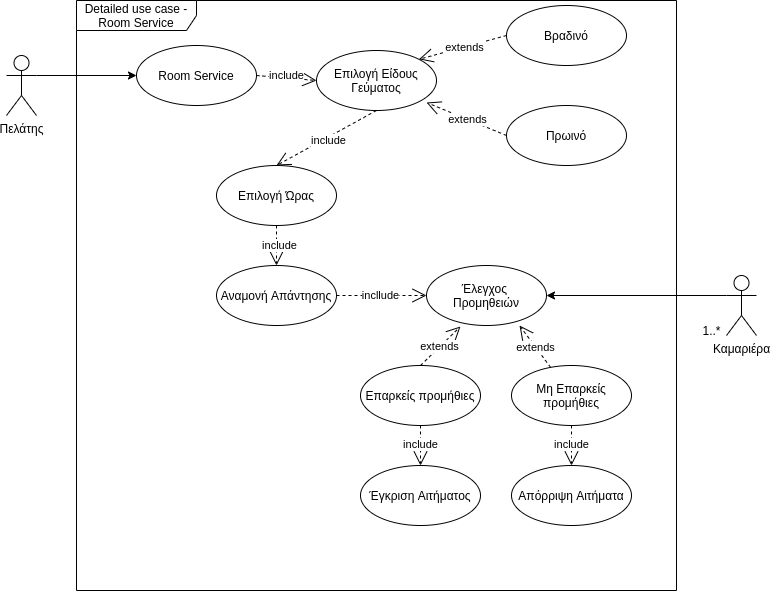
Before: Κυρίως Αναφορά/Images/Low_level_use_case-Room service.png, a diagram exported from draw.io (AlexanderStavrop/Requirement-Analysis-and-Systems-Design-using-UML). Source tidied: cells renumbered, new cells last; positions are measured from the earlier drawing's top-left corner, leaving out a move shared by most shapes. Its diagram source:
```xml
<mxGraphModel>
  <root>
    <mxCell id="0" />
    <mxCell id="1" parent="0" />
    <mxCell id="2" value="extends" style="endArrow=open;endSize=12;dashed=1;html=1;rounded=0;entryX=0.775;entryY=1;entryDx=0;entryDy=0;entryPerimeter=0;" parent="1" edge="1" source="24" target="23">
      <mxGeometry x="-0.03" relative="1" as="geometry" />
    </mxCell>
    <mxCell id="3" value="Πελάτης" style="shape=umlActor;verticalLabelPosition=bottom;verticalAlign=top;html=1;outlineConnect=0;" parent="1" vertex="1">
      <mxGeometry y="55" width="30" height="60" as="geometry" />
    </mxCell>
    <mxCell id="4" style="endArrow=classic;html=1;rounded=0;exitX=1;exitY=0.3333333333333333;exitDx=0;exitDy=0;exitPerimeter=0;entryX=0;entryY=0.5;entryDx=0;entryDy=0;" parent="1" edge="1" source="3" target="6">
      <mxGeometry relative="1" as="geometry" />
    </mxCell>
    <mxCell id="5" value="Detailed use case - Room Service" style="shape=umlFrame;whiteSpace=wrap;html=1;width=120;height=30;" parent="1" vertex="1">
      <mxGeometry x="70" width="600" height="590" as="geometry" />
    </mxCell>
    <mxCell id="6" value="Room Service" style="ellipse;whiteSpace=wrap;html=1;" parent="1" vertex="1">
      <mxGeometry x="130" y="45" width="120" height="60" as="geometry" />
    </mxCell>
    <mxCell id="7" value="extends" style="endArrow=open;endSize=12;dashed=1;html=1;rounded=0;exitX=0;exitY=0.5;exitDx=0;exitDy=0;entryX=0.917;entryY=0.867;entryDx=0;entryDy=0;entryPerimeter=0;" parent="1" edge="1" source="9" target="10">
      <mxGeometry x="-0.03" relative="1" as="geometry" />
    </mxCell>
    <mxCell id="8" value="include" style="endArrow=open;endSize=12;dashed=1;html=1;rounded=0;exitX=1;exitY=0.5;exitDx=0;exitDy=0;entryX=0;entryY=0.5;entryDx=0;entryDy=0;" parent="1" edge="1" source="6" target="10">
      <mxGeometry x="-0.02" y="3" relative="1" as="geometry" />
    </mxCell>
    <mxCell id="9" value="Πρωινό" style="ellipse;whiteSpace=wrap;html=1;" parent="1" vertex="1">
      <mxGeometry x="500" y="105" width="120" height="60" as="geometry" />
    </mxCell>
    <mxCell id="10" value="Επιλογή Είδους&lt;br&gt;Γεύματος" style="ellipse;whiteSpace=wrap;html=1;" parent="1" vertex="1">
      <mxGeometry x="310" y="50" width="120" height="60" as="geometry" />
    </mxCell>
    <mxCell id="11" value="extends" style="endArrow=open;endSize=12;dashed=1;html=1;rounded=0;exitX=0;exitY=0.5;exitDx=0;exitDy=0;entryX=1;entryY=0;entryDx=0;entryDy=0;" parent="1" edge="1" source="12" target="10">
      <mxGeometry x="-0.03" relative="1" as="geometry" />
    </mxCell>
    <mxCell id="12" value="Βραδινό" style="ellipse;whiteSpace=wrap;html=1;" parent="1" vertex="1">
      <mxGeometry x="500" y="5" width="120" height="60" as="geometry" />
    </mxCell>
    <mxCell id="13" value="include" style="endArrow=open;endSize=12;dashed=1;html=1;rounded=0;exitX=0.5;exitY=1;exitDx=0;exitDy=0;entryX=0.5;entryY=0;entryDx=0;entryDy=0;" parent="1" edge="1" source="10" target="14">
      <mxGeometry x="-0.02" y="3" relative="1" as="geometry" />
    </mxCell>
    <mxCell id="14" value="Επιλογή Ώρας" style="ellipse;whiteSpace=wrap;html=1;" parent="1" vertex="1">
      <mxGeometry x="210" y="165" width="120" height="60" as="geometry" />
    </mxCell>
    <mxCell id="15" value="Αναμονή Απάντησης" style="ellipse;whiteSpace=wrap;html=1;" parent="1" vertex="1">
      <mxGeometry x="210" y="265" width="120" height="60" as="geometry" />
    </mxCell>
    <mxCell id="16" value="include" style="endArrow=open;endSize=12;dashed=1;html=1;rounded=0;exitX=0.5;exitY=1;exitDx=0;exitDy=0;entryX=0.5;entryY=0;entryDx=0;entryDy=0;" parent="1" edge="1" source="14" target="15">
      <mxGeometry x="-0.02" y="3" relative="1" as="geometry" />
    </mxCell>
    <mxCell id="17" value="include" style="endArrow=open;endSize=12;dashed=1;html=1;rounded=0;entryX=0.5;entryY=0;entryDx=0;entryDy=0;exitX=0.5;exitY=1;exitDx=0;exitDy=0;" parent="1" edge="1" source="24" target="18">
      <mxGeometry x="-0.03" relative="1" as="geometry" />
    </mxCell>
    <mxCell id="18" value="Απόρριψη Αιτήματα" style="ellipse;whiteSpace=wrap;html=1;" parent="1" vertex="1">
      <mxGeometry x="505" y="465" width="120" height="60" as="geometry" />
    </mxCell>
    <mxCell id="19" value="include" style="endArrow=open;endSize=12;dashed=1;html=1;rounded=0;exitX=0.5;exitY=1;exitDx=0;exitDy=0;entryX=0.5;entryY=0;entryDx=0;entryDy=0;" parent="1" edge="1" source="26" target="20">
      <mxGeometry x="-0.03" relative="1" as="geometry" />
    </mxCell>
    <mxCell id="20" value="Έγκριση Αιτήματος" style="ellipse;whiteSpace=wrap;html=1;" parent="1" vertex="1">
      <mxGeometry x="354" y="465" width="120" height="60" as="geometry" />
    </mxCell>
    <mxCell id="21" value="Καμαριέρα&lt;span style=&quot;color: rgba(0 , 0 , 0 , 0) ; font-family: monospace ; font-size: 0px&quot;&gt;%3CmxGraphModel%3E%3Croot%3E%3CmxCell%20id%3D%220%22%2F%3E%3CmxCell%20id%3D%221%22%20parent%3D%220%22%2F%3E%3CmxCell%20id%3D%222%22%20value%3D%22%CE%A0%CE%B5%CE%BB%CE%AC%CF%84%CE%B7%CF%82%22%20style%3D%22shape%3DumlActor%3BverticalLabelPosition%3Dbottom%3BverticalAlign%3Dtop%3Bhtml%3D1%3BoutlineConnect%3D0%3B%22%20vertex%3D%221%22%20parent%3D%221%22%3E%3CmxGeometry%20x%3D%22250%22%20y%3D%22100%22%20width%3D%2230%22%20height%3D%2260%22%20as%3D%22geometry%22%2F%3E%3C%2FmxCell%3E%3C%2Froot%3E%3C%2FmxGraphModel%3E&lt;br&gt;&lt;/span&gt;&lt;span style=&quot;color: rgba(0 , 0 , 0 , 0) ; font-family: monospace ; font-size: 0px&quot;&gt;%3CmxGraphModel%3E%3Croot%3E%3CmxCell%20id%3D%220%22%2F%3E%3CmxCell%20id%3D%221%22%20parent%3D%220%22%2F%3E%3CmxCell%20id%3D%222%22%20value%3D%22%CE%A0%CE%B5%CE%BB%CE%AC%CF%84%CE%B7%CF%82%22%20style%3D%22shape%3DumlActor%3BverticalLabelPosition%3Dbottom%3BverticalAlign%3Dtop%3Bhtml%3D1%3BoutlineConnect%3D0%3B%22%20vertex%3D%221%22%20parent%3D%221%22%3E%3CmxGeometry%20x%3D%22250%22%20y%3D%22100%22%20width%3D%2230%22%20height%3D%2260%22%20as%3D%22geometry%22%2F%3E%3C%2FmxCell%3E%3C%2Froot%3E%3C%2FmxGraphModel%3E&lt;/span&gt;" style="shape=umlActor;verticalLabelPosition=bottom;verticalAlign=top;html=1;outlineConnect=0;" parent="1" vertex="1">
      <mxGeometry x="720" y="275" width="30" height="60" as="geometry" />
    </mxCell>
    <mxCell id="22" style="endArrow=classic;html=1;rounded=0;exitX=0;exitY=0.3333333333333333;exitDx=0;exitDy=0;exitPerimeter=0;entryX=1;entryY=0.5;entryDx=0;entryDy=0;" parent="1" edge="1" source="21" target="23">
      <mxGeometry relative="1" as="geometry" />
    </mxCell>
    <mxCell id="23" value="Έλεγχος &lt;br&gt;Προμηθειών" style="ellipse;whiteSpace=wrap;html=1;" parent="1" vertex="1">
      <mxGeometry x="420" y="265" width="120" height="60" as="geometry" />
    </mxCell>
    <mxCell id="24" value="Μη Επαρκείς προμήθιες" style="ellipse;whiteSpace=wrap;html=1;" parent="1" vertex="1">
      <mxGeometry x="505" y="365" width="120" height="60" as="geometry" />
    </mxCell>
    <mxCell id="25" value="extends" style="endArrow=open;endSize=12;dashed=1;html=1;rounded=0;entryX=0.283;entryY=1.017;entryDx=0;entryDy=0;entryPerimeter=0;exitX=0.5;exitY=0;exitDx=0;exitDy=0;" parent="1" edge="1" source="26" target="23">
      <mxGeometry x="-0.03" relative="1" as="geometry" />
    </mxCell>
    <mxCell id="26" value="Επαρκείς προμήθιες" style="ellipse;whiteSpace=wrap;html=1;" parent="1" vertex="1">
      <mxGeometry x="354" y="365" width="120" height="60" as="geometry" />
    </mxCell>
    <mxCell id="27" value="incllude" style="endArrow=open;endSize=12;dashed=1;html=1;rounded=0;exitX=1;exitY=0.5;exitDx=0;exitDy=0;entryX=0;entryY=0.5;entryDx=0;entryDy=0;" parent="1" edge="1" source="15" target="23">
      <mxGeometry x="-0.03" relative="1" as="geometry" />
    </mxCell>
    <mxCell id="28" value="1..*" style="text;html=1;align=center;verticalAlign=middle;points=[];strokeColor=none;fillColor=none;" parent="1" vertex="1">
      <mxGeometry x="690" y="320" width="30" height="20" as="geometry" />
    </mxCell>
  </root>
</mxGraphModel>
```
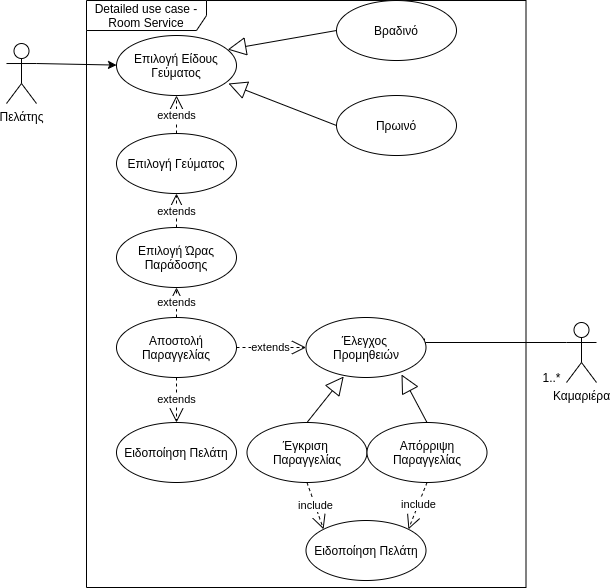
Later version of the same file.

What changed in the source:
```diff
@@ -2,86 +2,95 @@
   <root>
     <mxCell id="0" />
     <mxCell id="1" parent="0" />
-    <mxCell id="2" value="extends" style="endArrow=open;endSize=12;dashed=1;html=1;rounded=0;entryX=0.775;entryY=1;entryDx=0;entryDy=0;entryPerimeter=0;" parent="1" edge="1" source="24" target="23">
-      <mxGeometry x="-0.03" relative="1" as="geometry" />
+    <mxCell id="2" value="Πελάτης" style="shape=umlActor;verticalLabelPosition=bottom;verticalAlign=top;html=1;outlineConnect=0;" parent="1" vertex="1">
+      <mxGeometry x="-1650" y="61" width="30" height="60" as="geometry" />
     </mxCell>
-    <mxCell id="3" value="Πελάτης" style="shape=umlActor;verticalLabelPosition=bottom;verticalAlign=top;html=1;outlineConnect=0;" parent="1" vertex="1">
-      <mxGeometry y="55" width="30" height="60" as="geometry" />
+    <mxCell id="3" style="endArrow=classic;html=1;rounded=0;exitX=1;exitY=0.3333333333333333;exitDx=0;exitDy=0;exitPerimeter=0;" parent="1" edge="1" source="2" target="6">
+      <mxGeometry relative="1" as="geometry" />
     </mxCell>
-    <mxCell id="4" style="endArrow=classic;html=1;rounded=0;exitX=1;exitY=0.3333333333333333;exitDx=0;exitDy=0;exitPerimeter=0;entryX=0;entryY=0.5;entryDx=0;entryDy=0;" parent="1" edge="1" source="3" target="6">
-      <mxGeometry relative="1" as="geometry" />
+    <mxCell id="4" value="Detailed use case - Room Service" style="shape=umlFrame;whiteSpace=wrap;html=1;width=120;height=30;" parent="1" vertex="1">
+      <mxGeometry x="-1570" y="18" width="439.5" height="587" as="geometry" />
     </mxCell>
-    <mxCell id="5" value="Detailed use case - Room Service" style="shape=umlFrame;whiteSpace=wrap;html=1;width=120;height=30;" parent="1" vertex="1">
-      <mxGeometry x="70" width="600" height="590" as="geometry" />
+    <mxCell id="5" value="Πρωινό" style="ellipse;whiteSpace=wrap;html=1;" parent="1" vertex="1">
+      <mxGeometry x="-1320" y="113" width="120" height="60" as="geometry" />
     </mxCell>
-    <mxCell id="6" value="Room Service" style="ellipse;whiteSpace=wrap;html=1;" parent="1" vertex="1">
-      <mxGeometry x="130" y="45" width="120" height="60" as="geometry" />
+    <mxCell id="6" value="Επιλογή Είδους&lt;br&gt;Γεύματος" style="ellipse;whiteSpace=wrap;html=1;" parent="1" vertex="1">
+      <mxGeometry x="-1540" y="53" width="120" height="60" as="geometry" />
     </mxCell>
-    <mxCell id="7" value="extends" style="endArrow=open;endSize=12;dashed=1;html=1;rounded=0;exitX=0;exitY=0.5;exitDx=0;exitDy=0;entryX=0.917;entryY=0.867;entryDx=0;entryDy=0;entryPerimeter=0;" parent="1" edge="1" source="9" target="10">
-      <mxGeometry x="-0.03" relative="1" as="geometry" />
+    <mxCell id="7" value="Βραδινό" style="ellipse;whiteSpace=wrap;html=1;" parent="1" vertex="1">
+      <mxGeometry x="-1320" y="18" width="120" height="60" as="geometry" />
     </mxCell>
-    <mxCell id="8" value="include" style="endArrow=open;endSize=12;dashed=1;html=1;rounded=0;exitX=1;exitY=0.5;exitDx=0;exitDy=0;entryX=0;entryY=0.5;entryDx=0;entryDy=0;" parent="1" edge="1" source="6" target="10">
-      <mxGeometry x="-0.02" y="3" relative="1" as="geometry" />
+    <mxCell id="8" value="Επιλογή Ώρας&lt;br&gt;Παράδοσης" style="ellipse;whiteSpace=wrap;html=1;" parent="1" vertex="1">
+      <mxGeometry x="-1540" y="245" width="120" height="60" as="geometry" />
     </mxCell>
-    <mxCell id="9" value="Πρωινό" style="ellipse;whiteSpace=wrap;html=1;" parent="1" vertex="1">
-      <mxGeometry x="500" y="105" width="120" height="60" as="geometry" />
+    <mxCell id="9" value="Αποστολή Παραγγελίας" style="ellipse;whiteSpace=wrap;html=1;" parent="1" vertex="1">
+      <mxGeometry x="-1540" y="335" width="120" height="60" as="geometry" />
     </mxCell>
-    <mxCell id="10" value="Επιλογή Είδους&lt;br&gt;Γεύματος" style="ellipse;whiteSpace=wrap;html=1;" parent="1" vertex="1">
-      <mxGeometry x="310" y="50" width="120" height="60" as="geometry" />
+    <mxCell id="10" value="Καμαριέρα&lt;span style=&quot;color: rgba(0 , 0 , 0 , 0) ; font-family: monospace ; font-size: 0px&quot;&gt;%3CmxGraphModel%3E%3Croot%3E%3CmxCell%20id%3D%220%22%2F%3E%3CmxCell%20id%3D%221%22%20parent%3D%220%22%2F%3E%3CmxCell%20id%3D%222%22%20value%3D%22%CE%A0%CE%B5%CE%BB%CE%AC%CF%84%CE%B7%CF%82%22%20style%3D%22shape%3DumlActor%3BverticalLabelPosition%3Dbottom%3BverticalAlign%3Dtop%3Bhtml%3D1%3BoutlineConnect%3D0%3B%22%20vertex%3D%221%22%20parent%3D%221%22%3E%3CmxGeometry%20x%3D%22250%22%20y%3D%22100%22%20width%3D%2230%22%20height%3D%2260%22%20as%3D%22geometry%22%2F%3E%3C%2FmxCell%3E%3C%2Froot%3E%3C%2FmxGraphModel%3E&lt;br&gt;&lt;/span&gt;&lt;span style=&quot;color: rgba(0 , 0 , 0 , 0) ; font-family: monospace ; font-size: 0px&quot;&gt;%3CmxGraphModel%3E%3Croot%3E%3CmxCell%20id%3D%220%22%2F%3E%3CmxCell%20id%3D%221%22%20parent%3D%220%22%2F%3E%3CmxCell%20id%3D%222%22%20value%3D%22%CE%A0%CE%B5%CE%BB%CE%AC%CF%84%CE%B7%CF%82%22%20style%3D%22shape%3DumlActor%3BverticalLabelPosition%3Dbottom%3BverticalAlign%3Dtop%3Bhtml%3D1%3BoutlineConnect%3D0%3B%22%20vertex%3D%221%22%20parent%3D%221%22%3E%3CmxGeometry%20x%3D%22250%22%20y%3D%22100%22%20width%3D%2230%22%20height%3D%2260%22%20as%3D%22geometry%22%2F%3E%3C%2FmxCell%3E%3C%2Froot%3E%3C%2FmxGraphModel%3E&lt;/span&gt;" style="shape=umlActor;verticalLabelPosition=bottom;verticalAlign=top;html=1;outlineConnect=0;" parent="1" vertex="1">
+      <mxGeometry x="-1090" y="340" width="30" height="60" as="geometry" />
     </mxCell>
-    <mxCell id="11" value="extends" style="endArrow=open;endSize=12;dashed=1;html=1;rounded=0;exitX=0;exitY=0.5;exitDx=0;exitDy=0;entryX=1;entryY=0;entryDx=0;entryDy=0;" parent="1" edge="1" source="12" target="10">
-      <mxGeometry x="-0.03" relative="1" as="geometry" />
+    <mxCell id="11" style="endArrow=classic;html=1;rounded=0;exitX=0;exitY=0.3333333333333333;exitDx=0;exitDy=0;exitPerimeter=0;" parent="1" edge="1" source="10">
+      <mxGeometry relative="1" as="geometry">
+        <mxPoint x="-1240" y="360" as="targetPoint" />
+      </mxGeometry>
     </mxCell>
-    <mxCell id="12" value="Βραδινό" style="ellipse;whiteSpace=wrap;html=1;" parent="1" vertex="1">
-      <mxGeometry x="500" y="5" width="120" height="60" as="geometry" />
+    <mxCell id="12" value="Έλεγχος &lt;br&gt;Προμηθειών" style="ellipse;whiteSpace=wrap;html=1;" parent="1" vertex="1">
+      <mxGeometry x="-1350.5" y="335" width="120" height="60" as="geometry" />
     </mxCell>
-    <mxCell id="13" value="include" style="endArrow=open;endSize=12;dashed=1;html=1;rounded=0;exitX=0.5;exitY=1;exitDx=0;exitDy=0;entryX=0.5;entryY=0;entryDx=0;entryDy=0;" parent="1" edge="1" source="10" target="14">
-      <mxGeometry x="-0.02" y="3" relative="1" as="geometry" />
+    <mxCell id="13" value="Ειδοποίηση Πελάτη" style="ellipse;whiteSpace=wrap;html=1;" parent="1" vertex="1">
+      <mxGeometry x="-1350.5" y="538" width="120" height="60" as="geometry" />
     </mxCell>
-    <mxCell id="14" value="Επιλογή Ώρας" style="ellipse;whiteSpace=wrap;html=1;" parent="1" vertex="1">
-      <mxGeometry x="210" y="165" width="120" height="60" as="geometry" />
+    <mxCell id="14" value="1..*" style="text;html=1;align=center;verticalAlign=middle;points=[];strokeColor=none;fillColor=none;" parent="1" vertex="1">
+      <mxGeometry x="-1120" y="385" width="30" height="20" as="geometry" />
     </mxCell>
-    <mxCell id="15" value="Αναμονή Απάντησης" style="ellipse;whiteSpace=wrap;html=1;" parent="1" vertex="1">
-      <mxGeometry x="210" y="265" width="120" height="60" as="geometry" />
+    <mxCell id="15" value="&lt;br&gt;" style="endArrow=block;endSize=16;endFill=0;html=1;rounded=0;exitX=0;exitY=0.5;exitDx=0;exitDy=0;entryX=0.933;entryY=0.8;entryDx=0;entryDy=0;entryPerimeter=0;" parent="1" edge="1" source="5" target="6">
+      <mxGeometry relative="1" as="geometry" />
     </mxCell>
-    <mxCell id="16" value="include" style="endArrow=open;endSize=12;dashed=1;html=1;rounded=0;exitX=0.5;exitY=1;exitDx=0;exitDy=0;entryX=0.5;entryY=0;entryDx=0;entryDy=0;" parent="1" edge="1" source="14" target="15">
-      <mxGeometry x="-0.02" y="3" relative="1" as="geometry" />
+    <mxCell id="16" value="&lt;br&gt;" style="endArrow=block;endSize=16;endFill=0;html=1;rounded=0;exitX=0;exitY=0.5;exitDx=0;exitDy=0;entryX=0.927;entryY=0.234;entryDx=0;entryDy=0;entryPerimeter=0;" parent="1" edge="1" source="7" target="6">
+      <mxGeometry relative="1" as="geometry" />
     </mxCell>
-    <mxCell id="17" value="include" style="endArrow=open;endSize=12;dashed=1;html=1;rounded=0;entryX=0.5;entryY=0;entryDx=0;entryDy=0;exitX=0.5;exitY=1;exitDx=0;exitDy=0;" parent="1" edge="1" source="24" target="18">
+    <mxCell id="17" value="extends" style="endArrow=open;endSize=12;dashed=1;html=1;rounded=0;entryX=0.5;entryY=1;entryDx=0;entryDy=0;exitX=0.5;exitY=0;exitDx=0;exitDy=0;" parent="1" edge="1" source="28" target="6">
       <mxGeometry x="-0.03" relative="1" as="geometry" />
     </mxCell>
-    <mxCell id="18" value="Απόρριψη Αιτήματα" style="ellipse;whiteSpace=wrap;html=1;" parent="1" vertex="1">
-      <mxGeometry x="505" y="465" width="120" height="60" as="geometry" />
+    <mxCell id="18" value="extends" style="endArrow=open;endSize=12;dashed=1;html=1;rounded=0;entryX=0.5;entryY=1;entryDx=0;entryDy=0;exitX=0.5;exitY=0;exitDx=0;exitDy=0;" parent="1" edge="1" source="9" target="8">
+      <mxGeometry x="-0.03" relative="1" as="geometry" />
     </mxCell>
-    <mxCell id="19" value="include" style="endArrow=open;endSize=12;dashed=1;html=1;rounded=0;exitX=0.5;exitY=1;exitDx=0;exitDy=0;entryX=0.5;entryY=0;entryDx=0;entryDy=0;" parent="1" edge="1" source="26" target="20">
+    <mxCell id="19" value="extends" style="endArrow=open;endSize=12;dashed=1;html=1;rounded=0;entryX=0;entryY=0.5;entryDx=0;entryDy=0;exitX=1;exitY=0.5;exitDx=0;exitDy=0;" parent="1" edge="1" source="9" target="12">
       <mxGeometry x="-0.03" relative="1" as="geometry" />
     </mxCell>
-    <mxCell id="20" value="Έγκριση Αιτήματος" style="ellipse;whiteSpace=wrap;html=1;" parent="1" vertex="1">
-      <mxGeometry x="354" y="465" width="120" height="60" as="geometry" />
+    <mxCell id="20" value="Έγκριση &lt;br&gt;Παραγγελίας" style="ellipse;whiteSpace=wrap;html=1;" parent="1" vertex="1">
+      <mxGeometry x="-1409.5" y="440" width="120" height="60" as="geometry" />
     </mxCell>
-    <mxCell id="21" value="Καμαριέρα&lt;span style=&quot;color: rgba(0 , 0 , 0 , 0) ; font-family: monospace ; font-size: 0px&quot;&gt;%3CmxGraphModel%3E%3Croot%3E%3CmxCell%20id%3D%220%22%2F%3E%3CmxCell%20id%3D%221%22%20parent%3D%220%22%2F%3E%3CmxCell%20id%3D%222%22%20value%3D%22%CE%A0%CE%B5%CE%BB%CE%AC%CF%84%CE%B7%CF%82%22%20style%3D%22shape%3DumlActor%3BverticalLabelPosition%3Dbottom%3BverticalAlign%3Dtop%3Bhtml%3D1%3BoutlineConnect%3D0%3B%22%20vertex%3D%221%22%20parent%3D%221%22%3E%3CmxGeometry%20x%3D%22250%22%20y%3D%22100%22%20width%3D%2230%22%20height%3D%2260%22%20as%3D%22geometry%22%2F%3E%3C%2FmxCell%3E%3C%2Froot%3E%3C%2FmxGraphModel%3E&lt;br&gt;&lt;/span&gt;&lt;span style=&quot;color: rgba(0 , 0 , 0 , 0) ; font-family: monospace ; font-size: 0px&quot;&gt;%3CmxGraphModel%3E%3Croot%3E%3CmxCell%20id%3D%220%22%2F%3E%3CmxCell%20id%3D%221%22%20parent%3D%220%22%2F%3E%3CmxCell%20id%3D%222%22%20value%3D%22%CE%A0%CE%B5%CE%BB%CE%AC%CF%84%CE%B7%CF%82%22%20style%3D%22shape%3DumlActor%3BverticalLabelPosition%3Dbottom%3BverticalAlign%3Dtop%3Bhtml%3D1%3BoutlineConnect%3D0%3B%22%20vertex%3D%221%22%20parent%3D%221%22%3E%3CmxGeometry%20x%3D%22250%22%20y%3D%22100%22%20width%3D%2230%22%20height%3D%2260%22%20as%3D%22geometry%22%2F%3E%3C%2FmxCell%3E%3C%2Froot%3E%3C%2FmxGraphModel%3E&lt;/span&gt;" style="shape=umlActor;verticalLabelPosition=bottom;verticalAlign=top;html=1;outlineConnect=0;" parent="1" vertex="1">
-      <mxGeometry x="720" y="275" width="30" height="60" as="geometry" />
+    <mxCell id="21" value="Απόρριψη Παραγγελίας" style="ellipse;whiteSpace=wrap;html=1;" parent="1" vertex="1">
+      <mxGeometry x="-1289.5" y="440" width="120" height="60" as="geometry" />
     </mxCell>
-    <mxCell id="22" style="endArrow=classic;html=1;rounded=0;exitX=0;exitY=0.3333333333333333;exitDx=0;exitDy=0;exitPerimeter=0;entryX=1;entryY=0.5;entryDx=0;entryDy=0;" parent="1" edge="1" source="21" target="23">
-      <mxGeometry relative="1" as="geometry" />
+    <mxCell id="22" value="&lt;br&gt;" style="endArrow=block;endSize=16;endFill=0;html=1;rounded=0;exitX=0.5;exitY=0;exitDx=0;exitDy=0;entryX=0.314;entryY=0.984;entryDx=0;entryDy=0;entryPerimeter=0;" parent="1" edge="1" target="12">
+      <mxGeometry relative="1" as="geometry">
+        <mxPoint x="-1349.5" y="440" as="sourcePoint" />
+      </mxGeometry>
     </mxCell>
-    <mxCell id="23" value="Έλεγχος &lt;br&gt;Προμηθειών" style="ellipse;whiteSpace=wrap;html=1;" parent="1" vertex="1">
-      <mxGeometry x="420" y="265" width="120" height="60" as="geometry" />
+    <mxCell id="23" value="&lt;br&gt;" style="endArrow=block;endSize=16;endFill=0;html=1;rounded=0;exitX=0.5;exitY=0;exitDx=0;exitDy=0;entryX=0.796;entryY=0.95;entryDx=0;entryDy=0;entryPerimeter=0;" parent="1" edge="1" source="21" target="12">
+      <mxGeometry relative="1" as="geometry" />
     </mxCell>
-    <mxCell id="24" value="Μη Επαρκείς προμήθιες" style="ellipse;whiteSpace=wrap;html=1;" parent="1" vertex="1">
-      <mxGeometry x="505" y="365" width="120" height="60" as="geometry" />
+    <mxCell id="24" value="include" style="endArrow=open;endSize=12;dashed=1;html=1;rounded=0;entryX=1;entryY=0;entryDx=0;entryDy=0;exitX=0.5;exitY=1;exitDx=0;exitDy=0;" parent="1" edge="1" source="21" target="13">
+      <mxGeometry x="-0.03" relative="1" as="geometry" />
     </mxCell>
-    <mxCell id="25" value="extends" style="endArrow=open;endSize=12;dashed=1;html=1;rounded=0;entryX=0.283;entryY=1.017;entryDx=0;entryDy=0;entryPerimeter=0;exitX=0.5;exitY=0;exitDx=0;exitDy=0;" parent="1" edge="1" source="26" target="23">
-      <mxGeometry x="-0.03" relative="1" as="geometry" />
+    <mxCell id="25" value="include" style="endArrow=open;endSize=12;dashed=1;html=1;rounded=0;entryX=0;entryY=0;entryDx=0;entryDy=0;exitX=0.5;exitY=1;exitDx=0;exitDy=0;" parent="1" edge="1" target="13">
+      <mxGeometry x="-0.03" relative="1" as="geometry">
+        <mxPoint x="-1349.5" y="500" as="sourcePoint" />
+      </mxGeometry>
     </mxCell>
-    <mxCell id="26" value="Επαρκείς προμήθιες" style="ellipse;whiteSpace=wrap;html=1;" parent="1" vertex="1">
-      <mxGeometry x="354" y="365" width="120" height="60" as="geometry" />
+    <mxCell id="26" value="Ειδοποίηση Πελάτη" style="ellipse;whiteSpace=wrap;html=1;" parent="1" vertex="1">
+      <mxGeometry x="-1540" y="440" width="120" height="60" as="geometry" />
     </mxCell>
-    <mxCell id="27" value="incllude" style="endArrow=open;endSize=12;dashed=1;html=1;rounded=0;exitX=1;exitY=0.5;exitDx=0;exitDy=0;entryX=0;entryY=0.5;entryDx=0;entryDy=0;" parent="1" edge="1" source="15" target="23">
+    <mxCell id="27" value="extends" style="endArrow=open;endSize=12;dashed=1;html=1;rounded=0;entryX=0.5;entryY=0;entryDx=0;entryDy=0;exitX=0.5;exitY=1;exitDx=0;exitDy=0;" parent="1" edge="1" source="9" target="26">
       <mxGeometry x="-0.03" relative="1" as="geometry" />
     </mxCell>
-    <mxCell id="28" value="1..*" style="text;html=1;align=center;verticalAlign=middle;points=[];strokeColor=none;fillColor=none;" parent="1" vertex="1">
-      <mxGeometry x="690" y="320" width="30" height="20" as="geometry" />
+    <mxCell id="28" value="Επιλογή Γεύματος" style="ellipse;whiteSpace=wrap;html=1;" parent="1" vertex="1">
+      <mxGeometry x="-1540" y="151" width="120" height="60" as="geometry" />
     </mxCell>
+    <mxCell id="29" value="extends" style="endArrow=open;endSize=12;dashed=1;html=1;rounded=0;entryX=0.5;entryY=1;entryDx=0;entryDy=0;exitX=0.5;exitY=0;exitDx=0;exitDy=0;" parent="1" edge="1" source="8" target="28">
+      <mxGeometry x="-0.03" relative="1" as="geometry" />
+    </mxCell>
   </root>
 </mxGraphModel>
```
